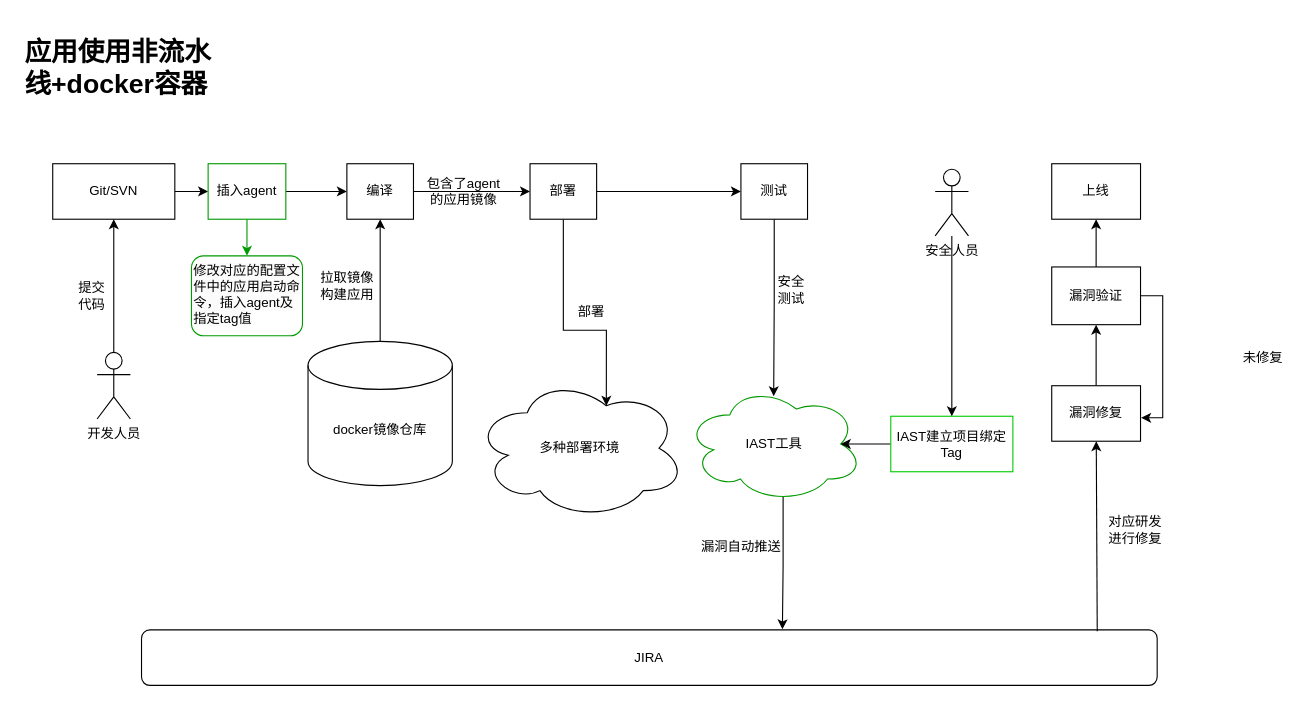
Above: 非流水线容器启动.drawio in coutcin-xw/FlowChart (draw.io), before the change. Source tidied: cells renumbered, new cells numbered last; positions are measured from the earlier drawing's top-left corner, leaving out a move shared by most shapes. Both pictures are drawn from the tidied source at 111%, with x=0, y=0 at pixel (19, 30).
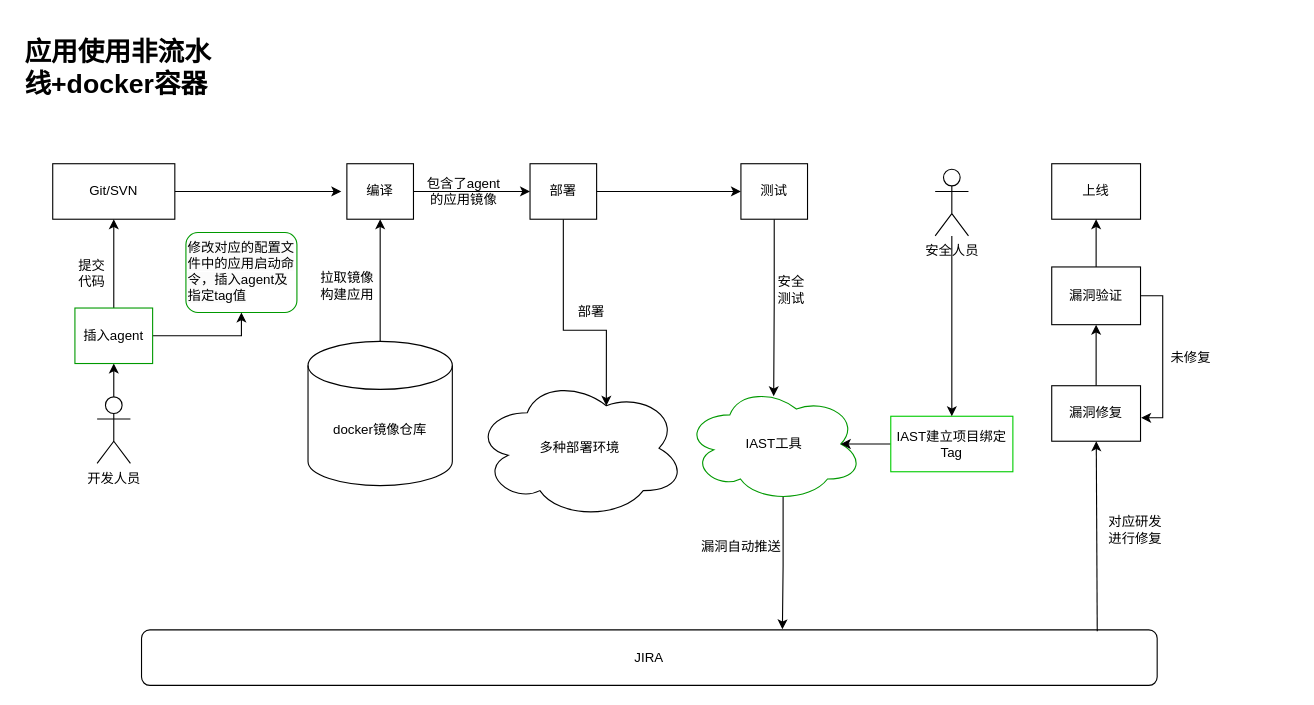
The same page after the edit.

Commit message:
已添加 非流水线容器启动.drawio

The change refers to these unchanged cells:
```xml
<mxCell id="4" value="Git/SVN" style="rounded=0;whiteSpace=wrap;html=1;" parent="1" vertex="1">
  <mxGeometry x="30" y="120" width="110" height="50" as="geometry" />
</mxCell>
<mxCell id="10" value="编译" style="rounded=0;whiteSpace=wrap;html=1;" parent="1" vertex="1">
  <mxGeometry x="295" y="120" width="60" height="50" as="geometry" />
</mxCell>
```

Change to the diagram source:
```diff
@@
-    <mxCell id="3" style="edgeStyle=orthogonalEdgeStyle;rounded=0;jettySize=auto;html=1;" parent="1" edge="1" source="4" target="36">
-      <mxGeometry relative="1" as="geometry" />
-    </mxCell>
+    <mxCell id="43" style="edgeStyle=orthogonalEdgeStyle;rounded=0;jettySize=auto;html=1;" parent="1" edge="1" source="4">
+      <mxGeometry relative="1" as="geometry">
+        <mxPoint x="290" y="145" as="targetPoint" />
+      </mxGeometry>
+    </mxCell>
@@
     <mxCell id="5" value="提交&lt;br&gt;代码" style="text;html=1;align=center;verticalAlign=middle;strokeColor=none;fillColor=none;" parent="1" vertex="1">
-      <mxGeometry x="40" y="219" width="50" height="40" as="geometry" />
+      <mxGeometry x="40" y="199" width="50" height="40" as="geometry" />
     </mxCell>
-    <mxCell id="6" style="edgeStyle=orthogonalEdgeStyle;rounded=0;jettySize=auto;html=1;entryX=0.5;entryY=1;entryDx=0;entryDy=0;" parent="1" edge="1" source="7" target="4">
+    <mxCell id="6" style="edgeStyle=orthogonalEdgeStyle;rounded=0;jettySize=auto;html=1;entryX=0.5;entryY=1;entryDx=0;entryDy=0;" parent="1" edge="1" source="36" target="4">
       <mxGeometry relative="1" as="geometry" />
     </mxCell>
     <mxCell id="7" value="开发人员" style="shape=umlActor;verticalLabelPosition=bottom;verticalAlign=top;html=1;outlineConnect=0;" parent="1" vertex="1">
-      <mxGeometry x="70" y="290" width="30" height="60" as="geometry" />
+      <mxGeometry x="70" y="330" width="30" height="60" as="geometry" />
     </mxCell>
@@
     <mxCell id="31" value="未修复" style="text;html=1;align=center;verticalAlign=middle;strokeColor=none;fillColor=none;" parent="1" vertex="1">
-      <mxGeometry x="1090" y="280" width="60" height="30" as="geometry" />
+      <mxGeometry x="1025" y="280" width="60" height="30" as="geometry" />
     </mxCell>
@@
-    <mxCell id="34" style="edgeStyle=orthogonalEdgeStyle;rounded=0;jettySize=auto;html=1;entryX=0;entryY=0.5;entryDx=0;entryDy=0;" parent="1" edge="1" source="36" target="10">
-      <mxGeometry relative="1" as="geometry" />
-    </mxCell>
-    <mxCell id="35" style="edgeStyle=orthogonalEdgeStyle;rounded=0;jettySize=auto;html=1;strokeColor=#009900;" parent="1" edge="1" source="36" target="37">
-      <mxGeometry relative="1" as="geometry" />
-    </mxCell>
-    <mxCell id="36" value="插入agent" style="whiteSpace=wrap;html=1;strokeColor=#009900;" parent="1" vertex="1">
-      <mxGeometry x="170" y="120" width="70" height="50" as="geometry" />
-    </mxCell>
     <mxCell id="37" value="&lt;span style=&quot;color: rgb(0, 0, 0); font-family: Helvetica; font-size: 12px; font-style: normal; font-variant-ligatures: normal; font-variant-caps: normal; font-weight: 400; letter-spacing: normal; orphans: 2; text-align: center; text-indent: 0px; text-transform: none; widows: 2; word-spacing: 0px; -webkit-text-stroke-width: 0px; background-color: rgb(251, 251, 251); text-decoration-thickness: initial; text-decoration-style: initial; text-decoration-color: initial; float: none; display: inline !important;&quot;&gt;修改对应的配置文件中的应用启动命令，插入agent及指定tag值&lt;/span&gt;" style="text;whiteSpace=wrap;html=1;strokeColor=#009900;glass=0;rounded=1;shadow=0;" parent="1" vertex="1">
-      <mxGeometry x="155" y="203" width="100" height="72" as="geometry" />
+      <mxGeometry x="150" y="182" width="100" height="72" as="geometry" />
     </mxCell>
@@
+    <mxCell id="44" style="edgeStyle=orthogonalEdgeStyle;rounded=0;jettySize=auto;html=1;entryX=0.5;entryY=1;entryDx=0;entryDy=0;" parent="1" edge="1" source="7" target="36">
+      <mxGeometry relative="1" as="geometry" />
+    </mxCell>
+    <mxCell id="35" style="edgeStyle=orthogonalEdgeStyle;rounded=0;jettySize=auto;html=1;entryX=0.5;entryY=1;entryDx=0;entryDy=0;" parent="1" edge="1" source="36" target="37">
+      <mxGeometry relative="1" as="geometry" />
+    </mxCell>
+    <mxCell id="36" value="插入agent" style="whiteSpace=wrap;html=1;strokeColor=#009900;" parent="1" vertex="1">
+      <mxGeometry x="50" y="250" width="70" height="50" as="geometry" />
+    </mxCell>
```
